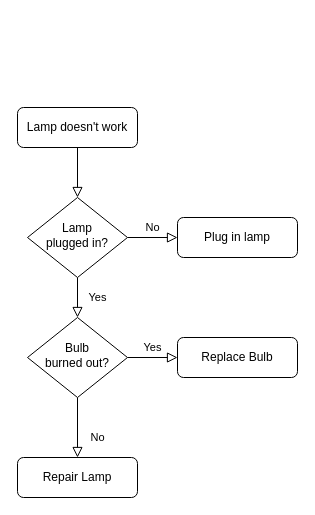
Before: printf.drawio in kateincoding/printf, a draw.io diagram. Source tidied: cells renumbered, new cells numbered last; positions are measured from the earlier drawing's top-left corner, leaving out a move shared by most shapes. Both pictures are drawn from the tidied source at 100%, with x=0, y=0 at pixel (17, 107).
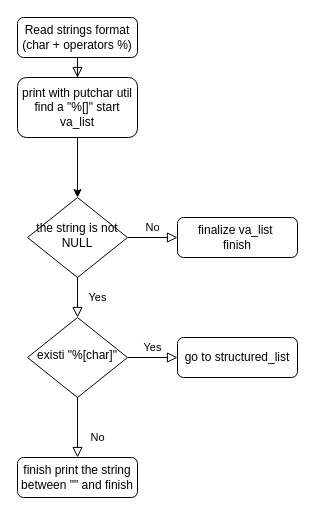
Above is the later version.

What changed in the source:
```diff
@@
 <mxGraphModel>
   <root>
     <mxCell id="0" />
     <mxCell id="1" parent="0" />
-    <mxCell id="2" style="rounded=0;html=1;jettySize=auto;fontSize=11;endArrow=block;endFill=0;endSize=8;strokeWidth=1;shadow=0;labelBackgroundColor=none;edgeStyle=orthogonalEdgeStyle;" parent="1" edge="1" source="3" target="6">
+    <mxCell id="2" style="rounded=0;html=1;jettySize=auto;fontSize=11;endArrow=block;endFill=0;endSize=8;strokeWidth=1;shadow=0;labelBackgroundColor=none;edgeStyle=orthogonalEdgeStyle;entryX=0.5;entryY=0;entryDx=0;entryDy=0;" parent="1" edge="1" source="3" target="13">
       <mxGeometry relative="1" as="geometry" />
     </mxCell>
-    <mxCell id="3" value="Lamp doesn't work" style="rounded=1;whiteSpace=wrap;html=1;fontSize=12;glass=0;strokeWidth=1;shadow=0;" parent="1" vertex="1">
-      <mxGeometry width="120" height="40" as="geometry" />
+    <mxCell id="3" value="Read strings format (char + operators %)" style="rounded=1;whiteSpace=wrap;html=1;fontSize=12;glass=0;strokeWidth=1;shadow=0;" parent="1" vertex="1">
+      <mxGeometry y="-90" width="120" height="40" as="geometry" />
     </mxCell>
     <mxCell id="4" value="Yes" style="rounded=0;html=1;jettySize=auto;fontSize=11;endArrow=block;endFill=0;endSize=8;strokeWidth=1;shadow=0;labelBackgroundColor=none;edgeStyle=orthogonalEdgeStyle;" parent="1" edge="1" source="6" target="10">
       <mxGeometry y="20" relative="1" as="geometry" />
     </mxCell>
     <mxCell id="5" value="No" style="edgeStyle=orthogonalEdgeStyle;rounded=0;html=1;jettySize=auto;fontSize=11;endArrow=block;endFill=0;endSize=8;strokeWidth=1;shadow=0;labelBackgroundColor=none;" parent="1" edge="1" source="6" target="7">
       <mxGeometry y="10" relative="1" as="geometry" />
     </mxCell>
-    <mxCell id="6" value="Lamp&lt;br&gt;plugged in?" style="rhombus;whiteSpace=wrap;html=1;shadow=0;fontFamily=Helvetica;fontSize=12;align=center;strokeWidth=1;spacing=6;spacingTop=-4;" parent="1" vertex="1">
+    <mxCell id="6" value="the string is not NULL" style="rhombus;whiteSpace=wrap;html=1;shadow=0;fontFamily=Helvetica;fontSize=12;align=center;strokeWidth=1;spacing=6;spacingTop=-4;" parent="1" vertex="1">
       <mxGeometry x="10" y="90" width="100" height="80" as="geometry" />
     </mxCell>
-    <mxCell id="7" value="Plug in lamp" style="rounded=1;whiteSpace=wrap;html=1;fontSize=12;glass=0;strokeWidth=1;shadow=0;" parent="1" vertex="1">
+    <mxCell id="7" value="finalize va_list&amp;nbsp;&lt;br&gt;finish" style="rounded=1;whiteSpace=wrap;html=1;fontSize=12;glass=0;strokeWidth=1;shadow=0;" parent="1" vertex="1">
       <mxGeometry x="160" y="110" width="120" height="40" as="geometry" />
     </mxCell>
     <mxCell id="8" value="No" style="rounded=0;html=1;jettySize=auto;fontSize=11;endArrow=block;endFill=0;endSize=8;strokeWidth=1;shadow=0;labelBackgroundColor=none;edgeStyle=orthogonalEdgeStyle;" parent="1" edge="1" source="10" target="11">
       <mxGeometry x="0.33" y="20" relative="1" as="geometry" />
     </mxCell>
     <mxCell id="9" value="Yes" style="edgeStyle=orthogonalEdgeStyle;rounded=0;html=1;jettySize=auto;fontSize=11;endArrow=block;endFill=0;endSize=8;strokeWidth=1;shadow=0;labelBackgroundColor=none;" parent="1" edge="1" source="10" target="12">
       <mxGeometry y="10" relative="1" as="geometry" />
     </mxCell>
-    <mxCell id="10" value="Bulb&lt;br&gt;burned out?" style="rhombus;whiteSpace=wrap;html=1;shadow=0;fontFamily=Helvetica;fontSize=12;align=center;strokeWidth=1;spacing=6;spacingTop=-4;" parent="1" vertex="1">
+    <mxCell id="10" value="existi &quot;%[char]&quot;" style="rhombus;whiteSpace=wrap;html=1;shadow=0;fontFamily=Helvetica;fontSize=12;align=center;strokeWidth=1;spacing=6;spacingTop=-4;" parent="1" vertex="1">
       <mxGeometry x="10" y="210" width="100" height="80" as="geometry" />
     </mxCell>
-    <mxCell id="11" value="Repair Lamp" style="rounded=1;whiteSpace=wrap;html=1;fontSize=12;glass=0;strokeWidth=1;shadow=0;" parent="1" vertex="1">
+    <mxCell id="11" value="finish print the string between &quot;&quot; and finish" style="rounded=1;whiteSpace=wrap;html=1;fontSize=12;glass=0;strokeWidth=1;shadow=0;" parent="1" vertex="1">
       <mxGeometry y="350" width="120" height="40" as="geometry" />
     </mxCell>
-    <mxCell id="12" value="Replace Bulb" style="rounded=1;whiteSpace=wrap;html=1;fontSize=12;glass=0;strokeWidth=1;shadow=0;" parent="1" vertex="1">
+    <mxCell id="12" value="go to structured_list" style="rounded=1;whiteSpace=wrap;html=1;fontSize=12;glass=0;strokeWidth=1;shadow=0;" parent="1" vertex="1">
       <mxGeometry x="160" y="230" width="120" height="40" as="geometry" />
     </mxCell>
+    <mxCell id="13" value="print with putchar util find a &quot;%[]&quot; start va_list" style="rounded=1;whiteSpace=wrap;html=1;" parent="1" vertex="1">
+      <mxGeometry y="-30" width="120" height="60" as="geometry" />
+    </mxCell>
+    <mxCell id="14" style="endArrow=classic;html=1;exitX=0.5;exitY=1;exitDx=0;exitDy=0;entryX=0.5;entryY=0;entryDx=0;entryDy=0;" parent="1" edge="1" source="13" target="6">
+      <mxGeometry relative="1" as="geometry" />
+    </mxCell>
   </root>
 </mxGraphModel>
```
